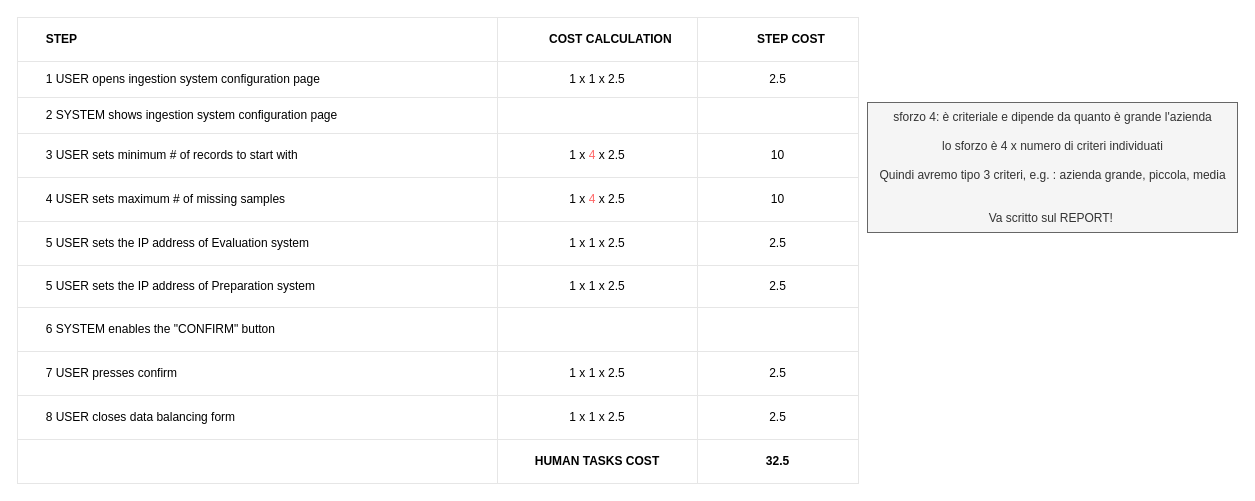
This is configure/Capecchi/table ingestion system.drawio from BaffoBello14/AutomaticDamagesRecognition, a draw.io file, before an edit. Source tidied: cells renumbered, new cells numbered last; positions are measured from the earlier drawing's top-left corner, leaving out a move shared by most shapes. Both pictures are drawn from the tidied source at 100%, with x=0, y=0 at pixel (17, 17).
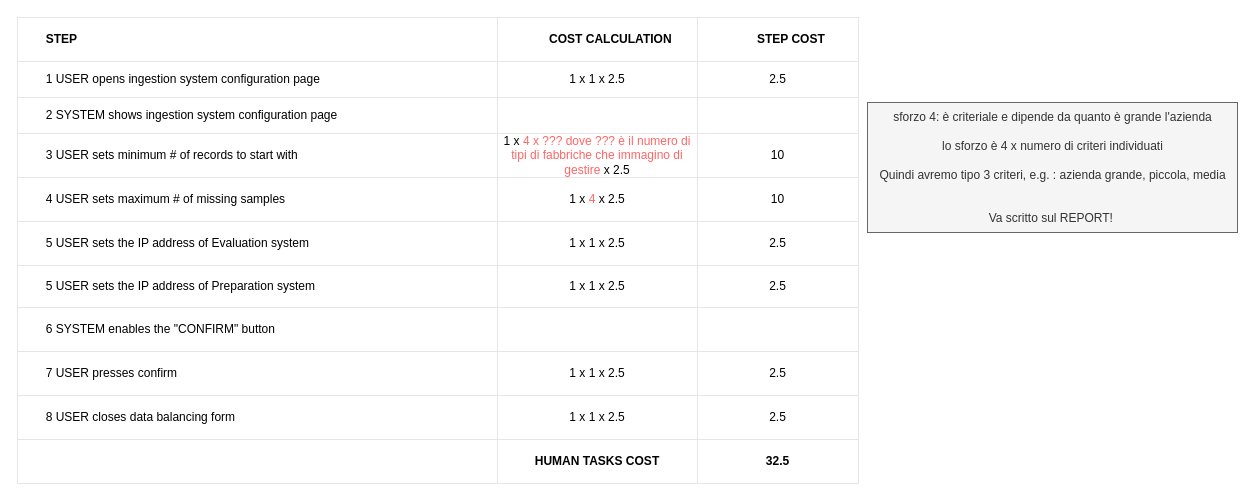
Above is the later version.

The change refers to these unchanged cells:
```xml
<mxCell id="15" style="shape=tableRow;horizontal=0;startSize=0;swimlaneHead=0;swimlaneBody=0;top=0;left=0;bottom=0;right=0;fontStyle=0;fillColor=none;strokeColor=inherit;align=center;" parent="2" vertex="1">
  <mxGeometry y="116" width="841" height="44" as="geometry" />
</mxCell>
```

Change to the diagram source:
```diff
@@
-    <mxCell id="17" value="1 x &lt;font color=&quot;#ff6666&quot;&gt;4 &lt;/font&gt;x 2.5" style="strokeColor=inherit;fillColor=none;align=center;whiteSpace=wrap;html=1;" parent="15" vertex="1">
+    <mxCell id="17" value="1 x &lt;font color=&quot;#ff6666&quot;&gt;4 x ??? dove ??? è il numero di tipi di fabbriche che immagino di gestire&amp;nbsp;&lt;/font&gt;x 2.5" style="strokeColor=inherit;fillColor=none;align=center;whiteSpace=wrap;html=1;" parent="15" vertex="1">
       <mxGeometry x="480" width="200" height="44" as="geometry" />
     </mxCell>
```
